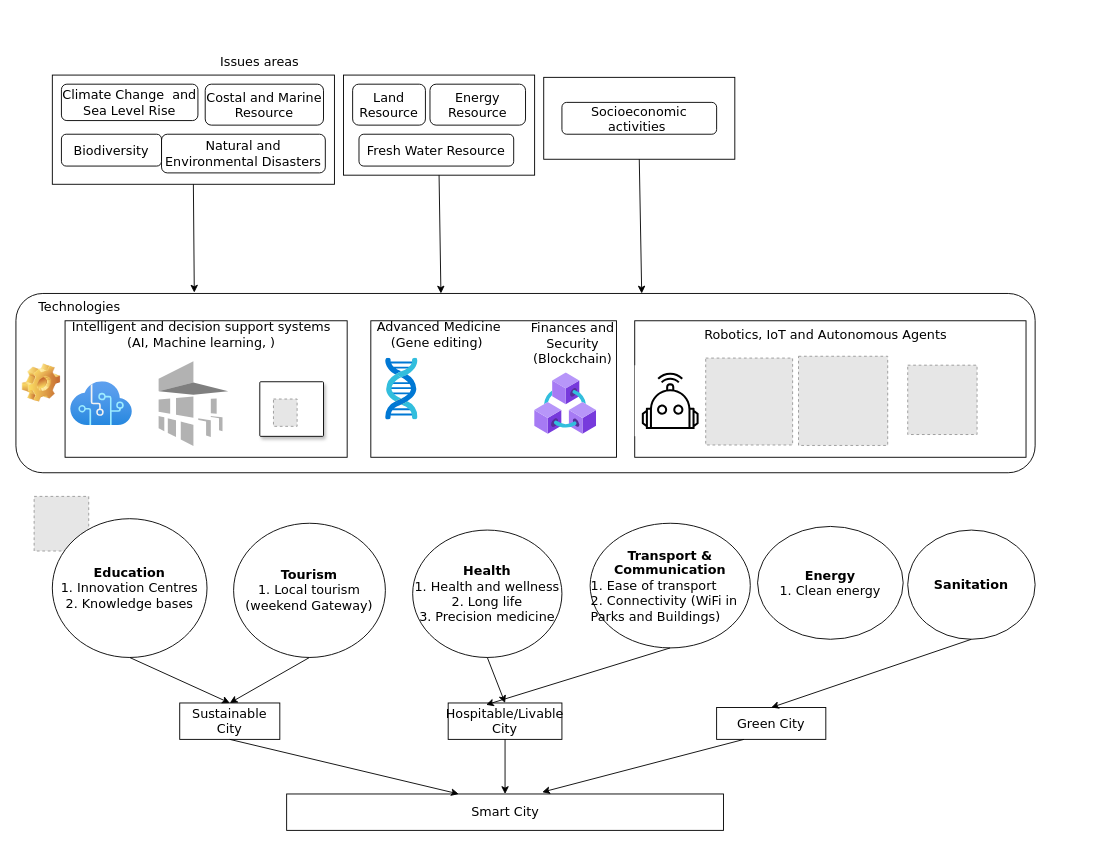
Above: page "BarbudaSmart" (2 of 2) of SystemReasoningOverview.drawio in Kibolabs/Diagrams (draw.io), before the change. Source tidied: cells renumbered, new cells numbered last; positions are measured from the earlier drawing's top-left corner, leaving out a move shared by most shapes. Both pictures are drawn from the tidied source at 91%, with x=0, y=0 at pixel (15, 47). Pictures stored in the file or linked from it are replaced by grey dashed boxes.
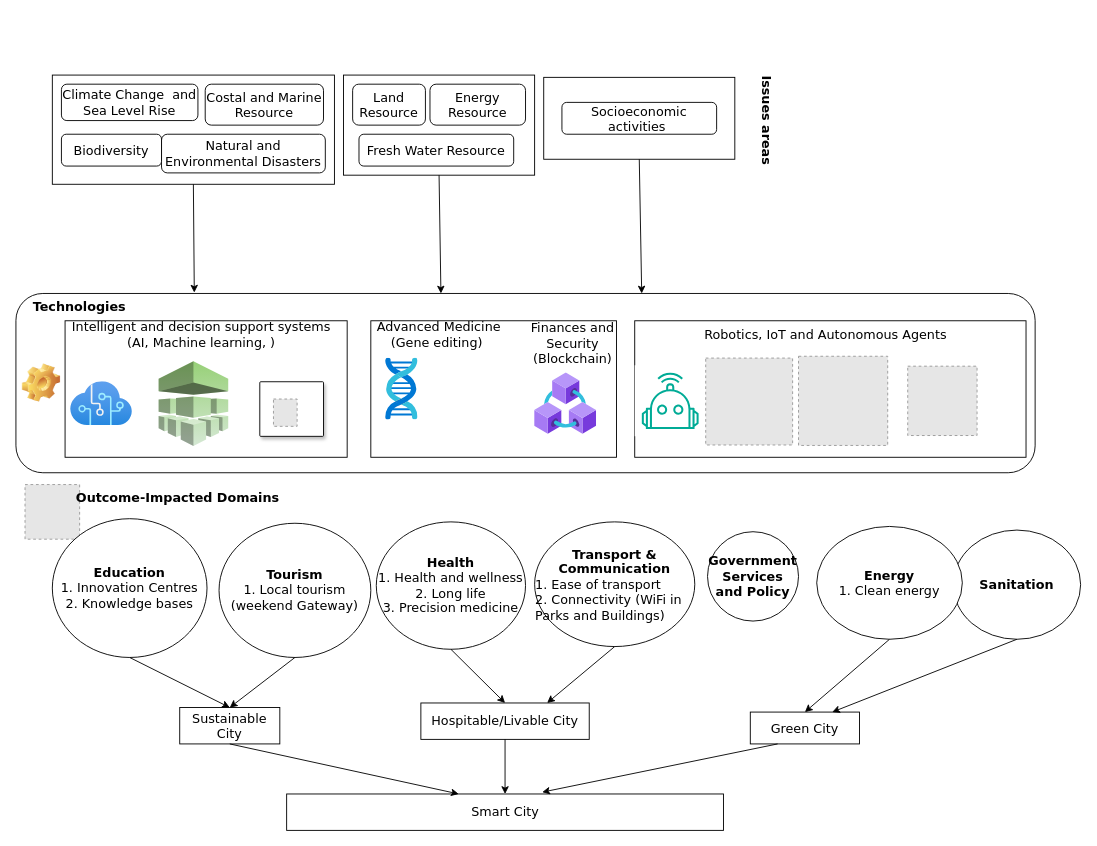
After the change.

Diff of the diagram source:
```diff
@@
-    <mxCell id="11" value="Issues areas" style="text;html=1;align=center;verticalAlign=middle;whiteSpace=wrap;rounded=0;fontFamily=Verdana;fontSize=14;" parent="1" vertex="1">
-      <mxGeometry x="86" width="364" height="30" as="geometry" />
+    <mxCell id="11" value="Issues areas" style="text;html=1;align=center;verticalAlign=middle;whiteSpace=wrap;rounded=0;fontFamily=Verdana;fontSize=14;rotation=90;fontStyle=1;" parent="1" vertex="1">
+      <mxGeometry x="710" y="65" width="231" height="30" as="geometry" />
     </mxCell>
-    <mxCell id="12" value="Technologies" style="text;html=1;align=center;verticalAlign=middle;whiteSpace=wrap;rounded=0;fontFamily=Verdana;fontSize=14;" parent="1" vertex="1">
+    <mxCell id="12" value="Technologies" style="text;html=1;align=center;verticalAlign=middle;whiteSpace=wrap;rounded=0;fontFamily=Verdana;fontSize=14;fontStyle=1;" parent="1" vertex="1">
       <mxGeometry x="40" y="270" width="60" height="30" as="geometry" />
     </mxCell>
     <mxCell id="13" value="Green City" style="rounded=0;whiteSpace=wrap;html=1;fontFamily=Verdana;fontSize=14;" parent="1" vertex="1">
-      <mxGeometry x="770" y="725" width="120" height="35" as="geometry" />
+      <mxGeometry x="807" y="730" width="120" height="35" as="geometry" />
     </mxCell>
     <mxCell id="14" value="Sustainable City" style="rounded=0;whiteSpace=wrap;html=1;fontFamily=Verdana;fontSize=14;" parent="1" vertex="1">
-      <mxGeometry x="180" y="720" width="110" height="40" as="geometry" />
+      <mxGeometry x="180" y="725" width="110" height="40" as="geometry" />
     </mxCell>
     <mxCell id="15" value="Hospitable/Livable City" style="rounded=0;whiteSpace=wrap;html=1;fontFamily=Verdana;fontSize=14;" parent="1" vertex="1">
-      <mxGeometry x="475" y="720" width="125" height="40" as="geometry" />
+      <mxGeometry x="445" y="720" width="185" height="40" as="geometry" />
     </mxCell>
@@
-    <mxCell id="25" style="dashed=0;verticalLabelPosition=bottom;verticalAlign=top;align=center;html=1;shape=mxgraph.aws3.machine_learning;fontFamily=Verdana;fontSize=14;" parent="1" vertex="1">
+    <mxCell id="25" style="dashed=0;verticalLabelPosition=bottom;verticalAlign=top;align=center;html=1;shape=mxgraph.aws3.machine_learning;fontFamily=Verdana;fontSize=14;fontColor=#23A1A6;fillColor=#D5E8D4;gradientColor=#97D077;gradientDirection=north;" parent="1" vertex="1">
       <mxGeometry x="156.8" y="344.5" width="76.5" height="93" as="geometry" />
     </mxCell>
@@
     <mxCell id="29" style="fillColor=#E6E6E6;strokeColor=#999999;dashed=1;verticalLabelPosition=bottom;labelBackgroundColor=#ffffff;verticalAlign=top;fontFamily=Verdana;fontSize=14;" parent="1" vertex="1">
-      <mxGeometry x="20" y="493" width="60" height="60" as="geometry" />
+      <mxGeometry x="10" y="480" width="60" height="60" as="geometry" />
     </mxCell>
-    <mxCell id="30" style="sketch=0;gradientDirection=north;dashed=0;verticalLabelPosition=bottom;verticalAlign=top;align=center;html=1;fontSize=14;fontStyle=0;shape=mxgraph.aws4.resourceIcon;resIcon=mxgraph.aws4.robotics;fontFamily=Verdana;" parent="1" vertex="1">
+    <mxCell id="30" style="sketch=0;gradientDirection=north;dashed=0;verticalLabelPosition=bottom;verticalAlign=top;align=center;html=1;fontSize=14;fontStyle=0;shape=mxgraph.aws4.resourceIcon;resIcon=mxgraph.aws4.robotics;fontFamily=Verdana;strokeColor=#00AB96;" parent="1" vertex="1">
       <mxGeometry x="680" y="349" width="78" height="78" as="geometry" />
     </mxCell>
-    <mxCell id="31" style="fillColor=#E6E6E6;strokeColor=#999999;dashed=1;html=1;verticalAlign=top;verticalLabelPosition=bottom;labelBackgroundColor=#ffffff;fontFamily=Verdana;fontSize=14;" parent="1" vertex="1">
+    <mxCell id="31" style="fillColor=#E6E6E6;strokeColor=#999999;dashed=1;html=1;verticalAlign=top;verticalLabelPosition=bottom;labelBackgroundColor=#23A1A6;fontFamily=Verdana;fontSize=14;fontColor=#23A1A6;" parent="1" vertex="1">
       <mxGeometry x="860" y="339" width="98" height="98" as="geometry" />
     </mxCell>
@@
-    <mxCell id="33" style="fillColor=#E6E6E6;strokeColor=#999999;dashed=1;html=1;verticalAlign=top;verticalLabelPosition=bottom;labelBackgroundColor=#ffffff;fontFamily=Verdana;fontSize=14;" parent="1" vertex="1">
-      <mxGeometry x="980" y="348.8" width="76.2" height="76.2" as="geometry" />
+    <mxCell id="33" style="fillColor=#E6E6E6;strokeColor=#999999;dashed=1;html=1;verticalAlign=top;verticalLabelPosition=bottom;labelBackgroundColor=#73B4FF;fontFamily=Verdana;fontSize=14;" parent="1" vertex="1">
+      <mxGeometry x="980" y="349.9" width="76.2" height="76.2" as="geometry" />
     </mxCell>
@@
     <mxCell id="38" value="&lt;b style=&quot;font-size: 14px;&quot;&gt;Tourism&lt;/b&gt;&lt;br style=&quot;font-size: 14px;&quot;&gt;1. Local tourism (weekend Gateway)&lt;br style=&quot;font-size: 14px;&quot;&gt;" style="ellipse;whiteSpace=wrap;html=1;fontFamily=Verdana;fontSize=14;" parent="1" vertex="1">
-      <mxGeometry x="239.2" y="522.5" width="166.8" height="147.5" as="geometry" />
+      <mxGeometry x="223.2" y="522.5" width="166.8" height="147.5" as="geometry" />
     </mxCell>
     <mxCell id="39" value="&lt;b style=&quot;font-size: 14px;&quot;&gt;Transport &amp;amp; Communication&lt;/b&gt;&lt;br style=&quot;font-size: 14px;&quot;&gt;&lt;div style=&quot;text-align: left;&quot;&gt;1. Ease of transport&amp;nbsp;&lt;/div&gt;&lt;div style=&quot;&quot;&gt;&lt;div style=&quot;text-align: left;&quot;&gt;2. Connectivity (WiFi in Parks and Buildings)&lt;/div&gt;&lt;/div&gt;" style="ellipse;whiteSpace=wrap;html=1;fontFamily=Verdana;fontSize=14;" parent="1" vertex="1">
-      <mxGeometry x="631" y="522.5" width="176" height="137" as="geometry" />
+      <mxGeometry x="570" y="521" width="176" height="137" as="geometry" />
     </mxCell>
     <mxCell id="40" value="&lt;span style=&quot;font-size: 14px;&quot;&gt;&lt;b&gt;Health&lt;/b&gt;&lt;br&gt;1. &lt;/span&gt;&lt;span style=&quot;font-size: 14px;&quot;&gt;Health and wellness&lt;br&gt;2. Long life&lt;br&gt;3. Precision medicine&lt;br&gt;&lt;/span&gt;" style="ellipse;whiteSpace=wrap;html=1;fontFamily=Verdana;fontSize=14;sketch=0;" parent="1" vertex="1">
-      <mxGeometry x="436" y="530" width="164" height="140" as="geometry" />
+      <mxGeometry x="396" y="521" width="164" height="140" as="geometry" />
     </mxCell>
     <mxCell id="41" value="&lt;b style=&quot;font-size: 14px;&quot;&gt;Sanitation&lt;/b&gt;" style="ellipse;whiteSpace=wrap;html=1;fontFamily=Verdana;fontSize=14;" parent="1" vertex="1">
-      <mxGeometry x="980" y="530" width="140" height="120" as="geometry" />
+      <mxGeometry x="1030" y="530" width="140" height="120" as="geometry" />
     </mxCell>
@@
-    <mxCell id="43" style="endArrow=classic;html=1;rounded=0;exitX=0.5;exitY=1;exitDx=0;exitDy=0;entryX=0.5;entryY=0;entryDx=0;entryDy=0;fontFamily=Verdana;fontSize=14;" parent="1" edge="1" source="41" target="13">
+    <mxCell id="43" style="endArrow=classic;html=1;rounded=0;exitX=0.5;exitY=1;exitDx=0;exitDy=0;entryX=0.75;entryY=0;entryDx=0;entryDy=0;fontFamily=Verdana;fontSize=14;" parent="1" edge="1" source="41" target="13">
       <mxGeometry relative="1" as="geometry" />
     </mxCell>
@@
-    <mxCell id="45" style="endArrow=classic;html=1;rounded=0;entryX=0.333;entryY=0.05;entryDx=0;entryDy=0;exitX=0.5;exitY=1;exitDx=0;exitDy=0;entryPerimeter=0;fontFamily=Verdana;fontSize=14;" parent="1" edge="1" source="39" target="15">
+    <mxCell id="45" style="endArrow=classic;html=1;rounded=0;entryX=0.75;entryY=0;entryDx=0;entryDy=0;exitX=0.5;exitY=1;exitDx=0;exitDy=0;fontFamily=Verdana;fontSize=14;" parent="1" edge="1" source="39" target="15">
       <mxGeometry relative="1" as="geometry" />
     </mxCell>
@@
     <mxCell id="54" value="&lt;span style=&quot;font-size: 14px;&quot;&gt;&lt;b&gt;Energy&lt;/b&gt;&lt;br&gt;&lt;div style=&quot;text-align: justify;&quot;&gt;1. Clean energy&lt;/div&gt;&lt;/span&gt;" style="ellipse;whiteSpace=wrap;html=1;fontFamily=Verdana;fontSize=14;" parent="1" vertex="1">
-      <mxGeometry x="815" y="526" width="160" height="124" as="geometry" />
+      <mxGeometry x="880" y="526" width="160" height="124" as="geometry" />
     </mxCell>
+    <mxCell id="55" style="endArrow=classic;html=1;rounded=0;exitX=0.5;exitY=1;exitDx=0;exitDy=0;entryX=0.5;entryY=0;entryDx=0;entryDy=0;fontFamily=Verdana;fontSize=14;" parent="1" edge="1" source="54" target="13">
+      <mxGeometry relative="1" as="geometry" />
+    </mxCell>
+    <mxCell id="56" value="Outcome-Impacted Domains" style="text;html=1;align=center;verticalAlign=middle;whiteSpace=wrap;rounded=0;labelBackgroundColor=none;sketch=0;fontFamily=Verdana;fontSize=14;fillColor=none;fontColor=#000000;fontStyle=1;" parent="1" vertex="1">
+      <mxGeometry x="40" y="480" width="276" height="30" as="geometry" />
+    </mxCell>
+    <mxCell id="57" value="&lt;b&gt;Government Services and&amp;nbsp;Policy&lt;/b&gt;" style="ellipse;whiteSpace=wrap;html=1;fontFamily=Verdana;fontSize=14;" parent="1" vertex="1">
+      <mxGeometry x="760" y="531.8" width="100" height="98.2" as="geometry" />
+    </mxCell>
```
